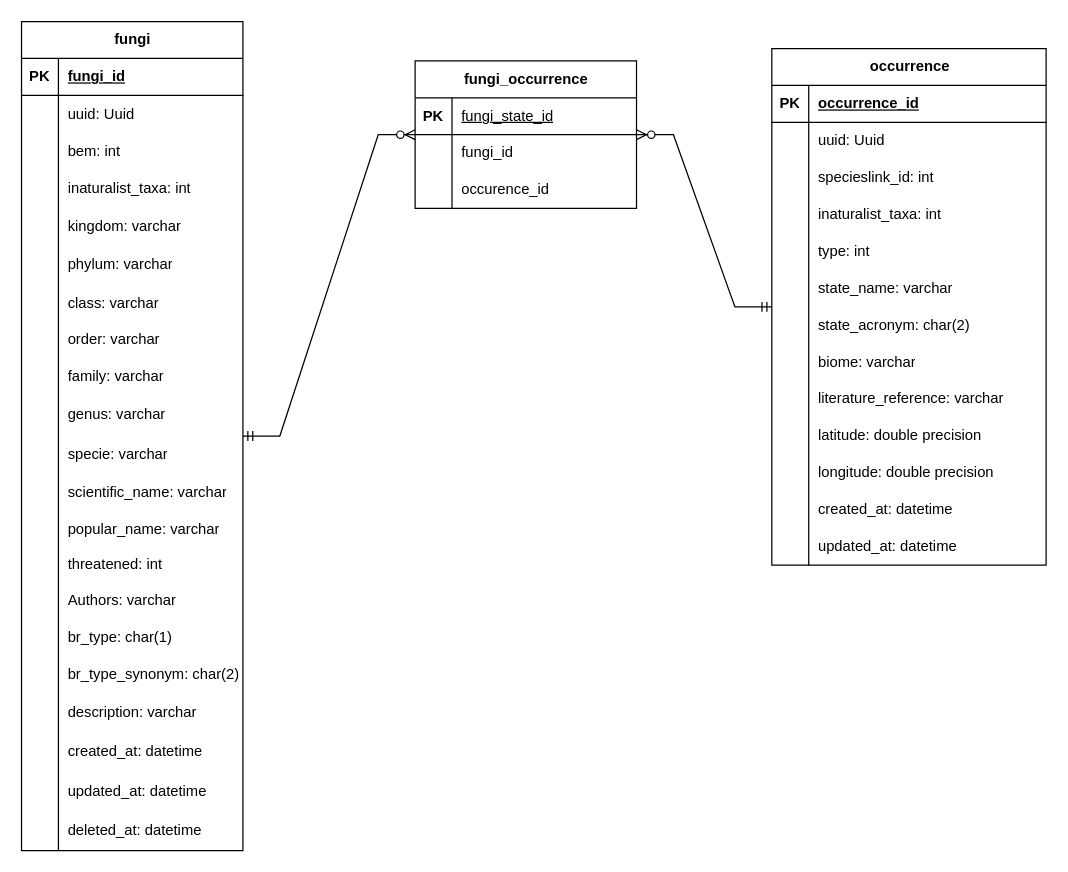
Before: BEM-bd.drawio in G2BC/BEM-docs, a draw.io diagram. Source tidied: cells renumbered, new cells numbered last; positions are measured from the earlier drawing's top-left corner, leaving out a move shared by most shapes. Both pictures are drawn from the tidied source at 123%, with x=0, y=0 at pixel (21, 21).
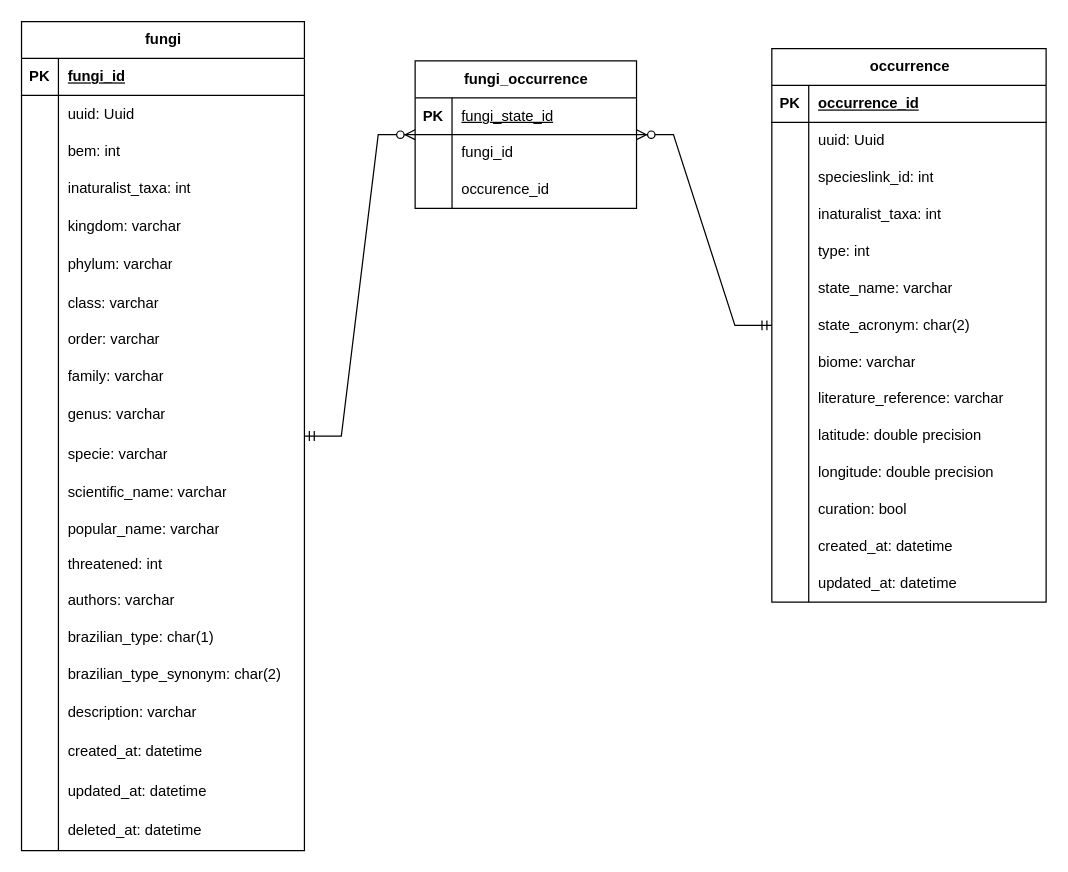
The same diagram, later.

Commit message:
adicionado campo de curadoria

The edit, as a diff of the source:
```diff
@@
     <mxCell id="2" value="fungi" style="shape=table;startSize=30;childLayout=tableLayout;rowLines=0;fontStyle=1;align=center;html=1;" parent="1" vertex="1">
-      <mxGeometry width="180" height="674" as="geometry" />
+      <mxGeometry width="230" height="674" as="geometry" />
     </mxCell>
     <mxCell id="3" style="shape=tableRow;horizontal=0;startSize=0;swimlaneHead=0;swimlaneBody=0;fillColor=none;top=0;left=0;right=0;bottom=1;" parent="2" vertex="1">
-      <mxGeometry y="30" width="180" height="30" as="geometry" />
+      <mxGeometry y="30" width="230" height="30" as="geometry" />
     </mxCell>
@@
     <mxCell id="5" value="fungi_id" style="shape=partialRectangle;fillColor=none;top=0;left=0;bottom=0;right=0;align=left;spacingLeft=6;fontStyle=5;overflow=hidden;whiteSpace=wrap;html=1;" parent="3" vertex="1">
-      <mxGeometry x="30" width="150" height="30" as="geometry" />
+      <mxGeometry x="30" width="200" height="30" as="geometry" />
     </mxCell>
     <mxCell id="6" style="shape=tableRow;horizontal=0;startSize=0;swimlaneHead=0;swimlaneBody=0;fillColor=none;top=0;left=0;right=0;bottom=0;" parent="2" vertex="1">
-      <mxGeometry y="60" width="180" height="32" as="geometry" />
+      <mxGeometry y="60" width="230" height="32" as="geometry" />
     </mxCell>
@@
     <mxCell id="8" value="uuid: Uuid" style="shape=partialRectangle;fillColor=none;top=0;left=0;bottom=0;right=0;align=left;spacingLeft=6;overflow=hidden;whiteSpace=wrap;html=1;" parent="6" vertex="1">
-      <mxGeometry x="30" width="150" height="32" as="geometry" />
+      <mxGeometry x="30" width="200" height="32" as="geometry" />
     </mxCell>
     <mxCell id="9" style="shape=tableRow;horizontal=0;startSize=0;swimlaneHead=0;swimlaneBody=0;fillColor=none;top=0;left=0;right=0;bottom=0;" parent="2" vertex="1">
-      <mxGeometry y="92" width="180" height="28" as="geometry" />
+      <mxGeometry y="92" width="230" height="28" as="geometry" />
     </mxCell>
@@
     <mxCell id="11" value="bem: int" style="shape=partialRectangle;fillColor=none;top=0;left=0;bottom=0;right=0;align=left;spacingLeft=6;overflow=hidden;whiteSpace=wrap;html=1;" parent="9" vertex="1">
-      <mxGeometry x="30" width="150" height="28" as="geometry" />
+      <mxGeometry x="30" width="200" height="28" as="geometry" />
     </mxCell>
     <mxCell id="12" style="shape=tableRow;horizontal=0;startSize=0;swimlaneHead=0;swimlaneBody=0;fillColor=none;top=0;left=0;right=0;bottom=0;" parent="2" vertex="1">
-      <mxGeometry y="120" width="180" height="32" as="geometry" />
+      <mxGeometry y="120" width="230" height="32" as="geometry" />
     </mxCell>
@@
     <mxCell id="14" value="inaturalist_taxa: int" style="shape=partialRectangle;fillColor=none;top=0;left=0;bottom=0;right=0;align=left;spacingLeft=6;overflow=hidden;whiteSpace=wrap;html=1;" parent="12" vertex="1">
-      <mxGeometry x="30" width="150" height="32" as="geometry" />
+      <mxGeometry x="30" width="200" height="32" as="geometry" />
     </mxCell>
     <mxCell id="15" style="shape=tableRow;horizontal=0;startSize=0;swimlaneHead=0;swimlaneBody=0;fillColor=none;top=0;left=0;right=0;bottom=0;" parent="2" vertex="1">
-      <mxGeometry y="152" width="180" height="30" as="geometry" />
+      <mxGeometry y="152" width="230" height="30" as="geometry" />
     </mxCell>
@@
     <mxCell id="17" value="&lt;div&gt;kingdom: varchar&lt;br&gt;&lt;/div&gt;" style="shape=partialRectangle;fillColor=none;top=0;left=0;bottom=0;right=0;align=left;spacingLeft=6;overflow=hidden;whiteSpace=wrap;html=1;" parent="15" vertex="1">
-      <mxGeometry x="30" width="150" height="30" as="geometry" />
+      <mxGeometry x="30" width="200" height="30" as="geometry" />
     </mxCell>
     <mxCell id="18" style="shape=tableRow;horizontal=0;startSize=0;swimlaneHead=0;swimlaneBody=0;fillColor=none;top=0;left=0;right=0;bottom=0;" parent="2" vertex="1">
-      <mxGeometry y="182" width="180" height="32" as="geometry" />
+      <mxGeometry y="182" width="230" height="32" as="geometry" />
     </mxCell>
@@
     <mxCell id="20" value="phylum: varchar" style="shape=partialRectangle;fillColor=none;top=0;left=0;bottom=0;right=0;align=left;spacingLeft=6;overflow=hidden;whiteSpace=wrap;html=1;" parent="18" vertex="1">
-      <mxGeometry x="30" width="150" height="32" as="geometry" />
+      <mxGeometry x="30" width="200" height="32" as="geometry" />
     </mxCell>
     <mxCell id="21" style="shape=tableRow;horizontal=0;startSize=0;swimlaneHead=0;swimlaneBody=0;fillColor=none;top=0;left=0;right=0;bottom=0;" parent="2" vertex="1">
-      <mxGeometry y="214" width="180" height="30" as="geometry" />
+      <mxGeometry y="214" width="230" height="30" as="geometry" />
     </mxCell>
@@
     <mxCell id="23" value="class: varchar" style="shape=partialRectangle;fillColor=none;top=0;left=0;bottom=0;right=0;align=left;spacingLeft=6;overflow=hidden;whiteSpace=wrap;html=1;" parent="21" vertex="1">
-      <mxGeometry x="30" width="150" height="30" as="geometry" />
+      <mxGeometry x="30" width="200" height="30" as="geometry" />
     </mxCell>
     <mxCell id="24" style="shape=tableRow;horizontal=0;startSize=0;swimlaneHead=0;swimlaneBody=0;fillColor=none;top=0;left=0;right=0;bottom=0;" parent="2" vertex="1">
-      <mxGeometry y="244" width="180" height="30" as="geometry" />
+      <mxGeometry y="244" width="230" height="30" as="geometry" />
     </mxCell>
@@
     <mxCell id="26" value="order: varchar" style="shape=partialRectangle;fillColor=none;top=0;left=0;bottom=0;right=0;align=left;spacingLeft=6;overflow=hidden;whiteSpace=wrap;html=1;" parent="24" vertex="1">
-      <mxGeometry x="30" width="150" height="30" as="geometry" />
+      <mxGeometry x="30" width="200" height="30" as="geometry" />
     </mxCell>
     <mxCell id="27" style="shape=tableRow;horizontal=0;startSize=0;swimlaneHead=0;swimlaneBody=0;fillColor=none;top=0;left=0;right=0;bottom=0;" parent="2" vertex="1">
-      <mxGeometry y="274" width="180" height="30" as="geometry" />
+      <mxGeometry y="274" width="230" height="30" as="geometry" />
     </mxCell>
@@
     <mxCell id="29" value="family: varchar" style="shape=partialRectangle;fillColor=none;top=0;left=0;bottom=0;right=0;align=left;spacingLeft=6;overflow=hidden;whiteSpace=wrap;html=1;" parent="27" vertex="1">
-      <mxGeometry x="30" width="150" height="30" as="geometry" />
+      <mxGeometry x="30" width="200" height="30" as="geometry" />
     </mxCell>
     <mxCell id="30" style="shape=tableRow;horizontal=0;startSize=0;swimlaneHead=0;swimlaneBody=0;fillColor=none;top=0;left=0;right=0;bottom=0;" parent="2" vertex="1">
-      <mxGeometry y="304" width="180" height="32" as="geometry" />
+      <mxGeometry y="304" width="230" height="32" as="geometry" />
     </mxCell>
@@
     <mxCell id="32" value="genus: varchar" style="shape=partialRectangle;fillColor=none;top=0;left=0;bottom=0;right=0;align=left;spacingLeft=6;overflow=hidden;whiteSpace=wrap;html=1;" parent="30" vertex="1">
-      <mxGeometry x="30" width="150" height="32" as="geometry" />
+      <mxGeometry x="30" width="200" height="32" as="geometry" />
     </mxCell>
     <mxCell id="33" style="shape=tableRow;horizontal=0;startSize=0;swimlaneHead=0;swimlaneBody=0;fillColor=none;top=0;left=0;right=0;bottom=0;" parent="2" vertex="1">
-      <mxGeometry y="336" width="180" height="32" as="geometry" />
+      <mxGeometry y="336" width="230" height="32" as="geometry" />
     </mxCell>
@@
     <mxCell id="35" value="specie: varchar" style="shape=partialRectangle;fillColor=none;top=0;left=0;bottom=0;right=0;align=left;spacingLeft=6;overflow=hidden;whiteSpace=wrap;html=1;" parent="33" vertex="1">
-      <mxGeometry x="30" width="150" height="32" as="geometry" />
+      <mxGeometry x="30" width="200" height="32" as="geometry" />
     </mxCell>
     <mxCell id="36" style="shape=tableRow;horizontal=0;startSize=0;swimlaneHead=0;swimlaneBody=0;fillColor=none;top=0;left=0;right=0;bottom=0;" parent="2" vertex="1">
-      <mxGeometry y="368" width="180" height="30" as="geometry" />
+      <mxGeometry y="368" width="230" height="30" as="geometry" />
     </mxCell>
@@
     <mxCell id="38" value="scientific_name: varchar" style="shape=partialRectangle;fillColor=none;top=0;left=0;bottom=0;right=0;align=left;spacingLeft=6;overflow=hidden;whiteSpace=wrap;html=1;" parent="36" vertex="1">
-      <mxGeometry x="30" width="150" height="30" as="geometry" />
+      <mxGeometry x="30" width="200" height="30" as="geometry" />
     </mxCell>
     <mxCell id="39" style="shape=tableRow;horizontal=0;startSize=0;swimlaneHead=0;swimlaneBody=0;fillColor=none;top=0;left=0;right=0;bottom=0;" parent="2" vertex="1">
-      <mxGeometry y="398" width="180" height="30" as="geometry" />
+      <mxGeometry y="398" width="230" height="30" as="geometry" />
     </mxCell>
@@
     <mxCell id="41" value="popular_name: varchar" style="shape=partialRectangle;fillColor=none;top=0;left=0;bottom=0;right=0;align=left;spacingLeft=6;overflow=hidden;whiteSpace=wrap;html=1;" parent="39" vertex="1">
-      <mxGeometry x="30" width="150" height="30" as="geometry" />
+      <mxGeometry x="30" width="200" height="30" as="geometry" />
     </mxCell>
     <mxCell id="42" style="shape=tableRow;horizontal=0;startSize=0;swimlaneHead=0;swimlaneBody=0;fillColor=none;top=0;left=0;right=0;bottom=0;" parent="2" vertex="1">
-      <mxGeometry y="428" width="180" height="28" as="geometry" />
+      <mxGeometry y="428" width="230" height="28" as="geometry" />
     </mxCell>
@@
     <mxCell id="44" value="threatened: int" style="shape=partialRectangle;fillColor=none;top=0;left=0;bottom=0;right=0;align=left;spacingLeft=6;overflow=hidden;whiteSpace=wrap;html=1;" parent="42" vertex="1">
-      <mxGeometry x="30" width="150" height="28" as="geometry" />
+      <mxGeometry x="30" width="200" height="28" as="geometry" />
     </mxCell>
     <mxCell id="45" style="shape=tableRow;horizontal=0;startSize=0;swimlaneHead=0;swimlaneBody=0;fillColor=none;top=0;left=0;right=0;bottom=0;" parent="2" vertex="1">
-      <mxGeometry y="456" width="180" height="30" as="geometry" />
+      <mxGeometry y="456" width="230" height="30" as="geometry" />
     </mxCell>
@@
-    <mxCell id="47" value="Authors: varchar" style="shape=partialRectangle;fillColor=none;top=0;left=0;bottom=0;right=0;align=left;spacingLeft=6;overflow=hidden;whiteSpace=wrap;html=1;" parent="45" vertex="1">
-      <mxGeometry x="30" width="150" height="30" as="geometry" />
+    <mxCell id="47" value="authors: varchar" style="shape=partialRectangle;fillColor=none;top=0;left=0;bottom=0;right=0;align=left;spacingLeft=6;overflow=hidden;whiteSpace=wrap;html=1;" parent="45" vertex="1">
+      <mxGeometry x="30" width="200" height="30" as="geometry" />
     </mxCell>
     <mxCell id="48" style="shape=tableRow;horizontal=0;startSize=0;swimlaneHead=0;swimlaneBody=0;fillColor=none;top=0;left=0;right=0;bottom=0;" parent="2" vertex="1">
-      <mxGeometry y="486" width="180" height="30" as="geometry" />
+      <mxGeometry y="486" width="230" height="30" as="geometry" />
     </mxCell>
@@
-    <mxCell id="50" value="br_type: char(1)" style="shape=partialRectangle;fillColor=none;top=0;left=0;bottom=0;right=0;align=left;spacingLeft=6;overflow=hidden;whiteSpace=wrap;html=1;" parent="48" vertex="1">
-      <mxGeometry x="30" width="150" height="30" as="geometry" />
+    <mxCell id="50" value="brazilian_type: char(1)" style="shape=partialRectangle;fillColor=none;top=0;left=0;bottom=0;right=0;align=left;spacingLeft=6;overflow=hidden;whiteSpace=wrap;html=1;" parent="48" vertex="1">
+      <mxGeometry x="30" width="200" height="30" as="geometry" />
     </mxCell>
     <mxCell id="51" style="shape=tableRow;horizontal=0;startSize=0;swimlaneHead=0;swimlaneBody=0;fillColor=none;top=0;left=0;right=0;bottom=0;" parent="2" vertex="1">
-      <mxGeometry y="516" width="180" height="30" as="geometry" />
+      <mxGeometry y="516" width="230" height="30" as="geometry" />
     </mxCell>
@@
-    <mxCell id="53" value="&lt;div&gt;br_type_synonym: char(2)&lt;/div&gt;" style="shape=partialRectangle;fillColor=none;top=0;left=0;bottom=0;right=0;align=left;spacingLeft=6;overflow=hidden;whiteSpace=wrap;html=1;" parent="51" vertex="1">
-      <mxGeometry x="30" width="150" height="30" as="geometry" />
+    <mxCell id="53" value="&lt;div&gt;brazilian_type_synonym: char(2)&lt;/div&gt;" style="shape=partialRectangle;fillColor=none;top=0;left=0;bottom=0;right=0;align=left;spacingLeft=6;overflow=hidden;whiteSpace=wrap;html=1;" parent="51" vertex="1">
+      <mxGeometry x="30" width="200" height="30" as="geometry" />
     </mxCell>
     <mxCell id="54" style="shape=tableRow;horizontal=0;startSize=0;swimlaneHead=0;swimlaneBody=0;fillColor=none;top=0;left=0;right=0;bottom=0;" parent="2" vertex="1">
-      <mxGeometry y="546" width="180" height="32" as="geometry" />
+      <mxGeometry y="546" width="230" height="32" as="geometry" />
     </mxCell>
@@
     <mxCell id="56" value="description: varchar" style="shape=partialRectangle;fillColor=none;top=0;left=0;bottom=0;right=0;align=left;spacingLeft=6;overflow=hidden;whiteSpace=wrap;html=1;" parent="54" vertex="1">
-      <mxGeometry x="30" width="150" height="32" as="geometry" />
+      <mxGeometry x="30" width="200" height="32" as="geometry" />
     </mxCell>
     <mxCell id="57" style="shape=tableRow;horizontal=0;startSize=0;swimlaneHead=0;swimlaneBody=0;fillColor=none;top=0;left=0;right=0;bottom=0;" parent="2" vertex="1">
-      <mxGeometry y="578" width="180" height="32" as="geometry" />
+      <mxGeometry y="578" width="230" height="32" as="geometry" />
     </mxCell>
@@
     <mxCell id="59" value="created_at: datetime" style="shape=partialRectangle;fillColor=none;top=0;left=0;bottom=0;right=0;align=left;spacingLeft=6;overflow=hidden;whiteSpace=wrap;html=1;" parent="57" vertex="1">
-      <mxGeometry x="30" width="150" height="32" as="geometry" />
+      <mxGeometry x="30" width="200" height="32" as="geometry" />
     </mxCell>
     <mxCell id="60" style="shape=tableRow;horizontal=0;startSize=0;swimlaneHead=0;swimlaneBody=0;fillColor=none;top=0;left=0;right=0;bottom=0;" parent="2" vertex="1">
-      <mxGeometry y="610" width="180" height="32" as="geometry" />
+      <mxGeometry y="610" width="230" height="32" as="geometry" />
     </mxCell>
@@
     <mxCell id="62" value="updated_at: datetime" style="shape=partialRectangle;fillColor=none;top=0;left=0;bottom=0;right=0;align=left;spacingLeft=6;overflow=hidden;whiteSpace=wrap;html=1;" parent="60" vertex="1">
-      <mxGeometry x="30" width="150" height="32" as="geometry" />
+      <mxGeometry x="30" width="200" height="32" as="geometry" />
     </mxCell>
     <mxCell id="63" style="shape=tableRow;horizontal=0;startSize=0;swimlaneHead=0;swimlaneBody=0;fillColor=none;top=0;left=0;right=0;bottom=0;" parent="2" vertex="1">
-      <mxGeometry y="642" width="180" height="32" as="geometry" />
+      <mxGeometry y="642" width="230" height="32" as="geometry" />
     </mxCell>
@@
     <mxCell id="65" value="deleted_at: datetime" style="shape=partialRectangle;fillColor=none;top=0;left=0;bottom=0;right=0;align=left;spacingLeft=6;overflow=hidden;whiteSpace=wrap;html=1;" parent="63" vertex="1">
-      <mxGeometry x="30" width="150" height="32" as="geometry" />
+      <mxGeometry x="30" width="200" height="32" as="geometry" />
     </mxCell>
@@
     <mxCell id="78" value="occurrence" style="shape=table;startSize=30;childLayout=tableLayout;rowLines=0;fontStyle=1;align=center;html=1;" parent="1" vertex="1">
-      <mxGeometry x="610" y="22" width="223" height="420" as="geometry" />
+      <mxGeometry x="610" y="22" width="223" height="450" as="geometry" />
     </mxCell>
@@
+    <mxCell id="118" style="shape=tableRow;horizontal=0;startSize=0;swimlaneHead=0;swimlaneBody=0;fillColor=none;top=0;left=0;right=0;bottom=0;" parent="78" vertex="1">
+      <mxGeometry y="360" width="223" height="30" as="geometry" />
+    </mxCell>
+    <mxCell id="119" style="shape=partialRectangle;fillColor=none;top=0;left=0;bottom=0;right=0;overflow=hidden;whiteSpace=wrap;html=1;" parent="118" vertex="1">
+      <mxGeometry width="30" height="30" as="geometry" />
+    </mxCell>
+    <mxCell id="120" value="curation: bool" style="shape=partialRectangle;fillColor=none;top=0;left=0;bottom=0;right=0;align=left;spacingLeft=6;overflow=hidden;whiteSpace=wrap;html=1;" parent="118" vertex="1">
+      <mxGeometry x="30" width="193" height="30" as="geometry" />
+    </mxCell>
     <mxCell id="112" style="shape=tableRow;horizontal=0;startSize=0;swimlaneHead=0;swimlaneBody=0;fillColor=none;top=0;left=0;right=0;bottom=0;" parent="78" vertex="1">
-      <mxGeometry y="360" width="223" height="30" as="geometry" />
+      <mxGeometry y="390" width="223" height="30" as="geometry" />
     </mxCell>
@@
     <mxCell id="115" style="shape=tableRow;horizontal=0;startSize=0;swimlaneHead=0;swimlaneBody=0;fillColor=none;top=0;left=0;right=0;bottom=0;" parent="78" vertex="1">
-      <mxGeometry y="390" width="223" height="30" as="geometry" />
+      <mxGeometry y="420" width="223" height="30" as="geometry" />
     </mxCell>
```
